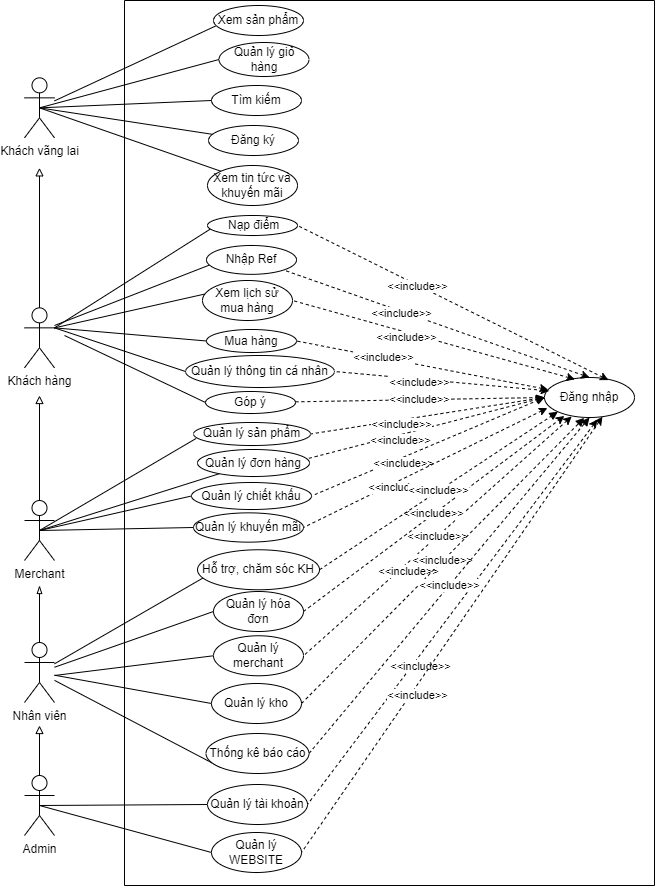
The draw.io diagram UC_TongQuat-Page-1.drawio.png in leanhtuan9497/DoAnTotNghiep, before a commit. Source tidied: cells renumbered, new cells last; positions are measured from the earlier drawing's top-left corner, leaving out a move shared by most shapes.
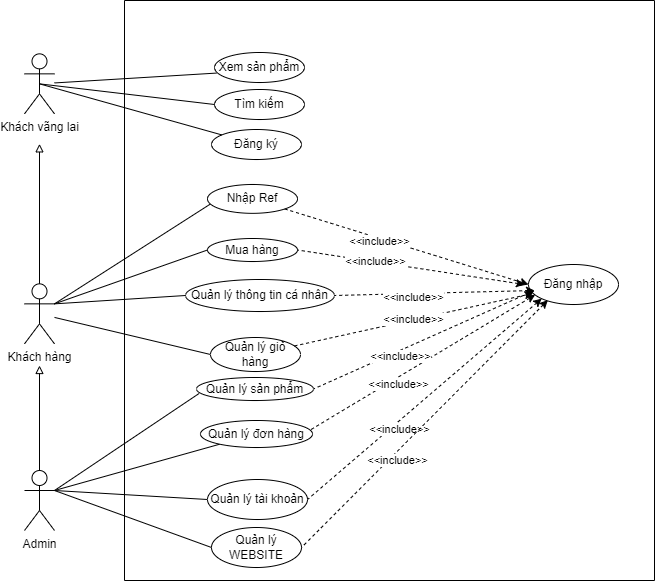
Above is the later version.

The edit, as a diff of the source:
```diff
@@ -4,41 +4,28 @@
     <mxCell id="1" parent="0" />
-    <mxCell id="2" style="rounded=0;jettySize=auto;html=1;exitX=0.5;exitY=0.5;exitDx=0;exitDy=0;exitPerimeter=0;entryX=0;entryY=0;entryDx=0;entryDy=0;startArrow=none;startFill=0;endArrow=none;endFill=0;" parent="1" edge="1" source="3" target="40">
-      <mxGeometry relative="1" as="geometry" />
-    </mxCell>
     <mxCell id="3" value="Khách vãng lai" style="shape=umlActor;verticalLabelPosition=bottom;verticalAlign=top;html=1;outlineConnect=0;" parent="1" vertex="1">
-      <mxGeometry y="77.3" width="30" height="60" as="geometry" />
+      <mxGeometry y="358.4" width="30" height="60" as="geometry" />
     </mxCell>
-    <mxCell id="4" style="rounded=0;jettySize=auto;html=1;entryX=0;entryY=0.5;entryDx=0;entryDy=0;endArrow=none;endFill=0;" parent="1" edge="1" target="78">
-      <mxGeometry relative="1" as="geometry">
-        <mxPoint x="40" y="335" as="sourcePoint" />
-      </mxGeometry>
-    </mxCell>
+    <mxCell id="86" style="edgeStyle=none;rounded=0;jettySize=auto;html=1;entryX=0;entryY=0.5;entryDx=0;entryDy=0;endArrow=none;endFill=0;" parent="1" edge="1" source="5" target="29">
+      <mxGeometry relative="1" as="geometry" />
+    </mxCell>
     <mxCell id="5" value="Khách hàng" style="shape=umlActor;verticalLabelPosition=bottom;verticalAlign=top;html=1;outlineConnect=0;" parent="1" vertex="1">
-      <mxGeometry y="307.4" width="30" height="60" as="geometry" />
+      <mxGeometry y="588.4" width="30" height="60" as="geometry" />
     </mxCell>
-    <mxCell id="6" style="edgeStyle=none;rounded=0;jettySize=auto;html=1;exitX=0.5;exitY=0;exitDx=0;exitDy=0;exitPerimeter=0;startArrow=none;startFill=0;endArrow=block;endFill=0;" parent="1" edge="1" source="9">
+    <mxCell id="6" style="edgeStyle=none;rounded=0;orthogonalLoop=1;jettySize=auto;html=1;exitX=0.5;exitY=0;exitDx=0;exitDy=0;exitPerimeter=0;startArrow=none;startFill=0;endArrow=block;endFill=0;" parent="1" edge="1">
       <mxGeometry relative="1" as="geometry">
-        <mxPoint x="15" y="395" as="targetPoint" />
+        <mxPoint x="15" y="775" as="sourcePoint" />
+        <mxPoint x="15" y="670" as="targetPoint" />
       </mxGeometry>
     </mxCell>
-    <mxCell id="7" style="edgeStyle=none;rounded=0;jettySize=auto;html=1;exitX=0.5;exitY=0.5;exitDx=0;exitDy=0;exitPerimeter=0;startArrow=none;startFill=0;endArrow=none;endFill=0;" parent="1" edge="1" source="9" target="16">
+    <mxCell id="7" style="edgeStyle=none;rounded=0;jettySize=auto;html=1;exitX=1;exitY=0.3333333333333333;exitDx=0;exitDy=0;exitPerimeter=0;startArrow=none;startFill=0;endArrow=none;endFill=0;" parent="1" edge="1" source="13" target="16">
       <mxGeometry relative="1" as="geometry" />
     </mxCell>
-    <mxCell id="8" style="edgeStyle=none;rounded=0;jettySize=auto;html=1;exitX=0.5;exitY=0.5;exitDx=0;exitDy=0;exitPerimeter=0;entryX=0;entryY=0.5;entryDx=0;entryDy=0;startArrow=none;startFill=0;endArrow=none;endFill=0;" parent="1" edge="1" source="9" target="39">
-      <mxGeometry relative="1" as="geometry" />
-    </mxCell>
-    <mxCell id="9" value="Merchant" style="shape=umlActor;verticalLabelPosition=bottom;verticalAlign=top;html=1;outlineConnect=0;" parent="1" vertex="1">
-      <mxGeometry y="500" width="30" height="60" as="geometry" />
-    </mxCell>
-    <mxCell id="10" style="edgeStyle=none;rounded=0;jettySize=auto;html=1;exitX=0.5;exitY=0.5;exitDx=0;exitDy=0;exitPerimeter=0;entryX=0;entryY=0.5;entryDx=0;entryDy=0;startArrow=none;startFill=0;endArrow=none;endFill=0;" parent="1" edge="1" source="13" target="25">
+    <mxCell id="10" style="edgeStyle=none;rounded=0;jettySize=auto;html=1;exitX=1;exitY=0.3333333333333333;exitDx=0;exitDy=0;exitPerimeter=0;entryX=0;entryY=0.5;entryDx=0;entryDy=0;startArrow=none;startFill=0;endArrow=none;endFill=0;" parent="1" edge="1" source="13" target="25">
       <mxGeometry relative="1" as="geometry" />
     </mxCell>
-    <mxCell id="11" style="edgeStyle=none;rounded=0;jettySize=auto;html=1;exitX=0.5;exitY=0.5;exitDx=0;exitDy=0;exitPerimeter=0;entryX=0;entryY=0.5;entryDx=0;entryDy=0;startArrow=none;startFill=0;endArrow=none;endFill=0;" parent="1" edge="1" source="13" target="22">
-      <mxGeometry relative="1" as="geometry" />
+    <mxCell id="11" style="edgeStyle=none;rounded=0;jettySize=auto;html=1;entryX=0;entryY=0.5;entryDx=0;entryDy=0;startArrow=none;startFill=0;endArrow=none;endFill=0;" parent="1" edge="1" target="22">
+      <mxGeometry relative="1" as="geometry">
+        <mxPoint x="30" y="795" as="sourcePoint" />
+      </mxGeometry>
     </mxCell>
-    <mxCell id="12" style="edgeStyle=none;rounded=0;jettySize=auto;html=1;exitX=0.5;exitY=0;exitDx=0;exitDy=0;exitPerimeter=0;startArrow=none;startFill=0;endArrow=block;endFill=0;" parent="1" edge="1" source="13">
-      <mxGeometry relative="1" as="geometry">
-        <mxPoint x="15" y="725" as="targetPoint" />
-      </mxGeometry>
-    </mxCell>
     <mxCell id="13" value="Admin" style="shape=umlActor;verticalLabelPosition=bottom;verticalAlign=top;html=1;outlineConnect=0;" parent="1" vertex="1">
@@ -47,12 +34,12 @@
     <mxCell id="14" value="Đăng nhập" style="ellipse;whiteSpace=wrap;html=1;" parent="1" vertex="1">
-      <mxGeometry x="520" y="377" width="90" height="40" as="geometry" />
+      <mxGeometry x="504" y="569" width="90" height="40" as="geometry" />
     </mxCell>
     <mxCell id="15" value="Tìm kiếm" style="ellipse;whiteSpace=wrap;html=1;" parent="1" vertex="1">
-      <mxGeometry x="187" y="85" width="90" height="30" as="geometry" />
+      <mxGeometry x="190" y="394" width="90" height="30" as="geometry" />
     </mxCell>
     <mxCell id="16" value="Quản lý đơn hàng" style="ellipse;whiteSpace=wrap;html=1;" parent="1" vertex="1">
-      <mxGeometry x="173" y="449" width="112" height="27" as="geometry" />
+      <mxGeometry x="176" y="725" width="112" height="27" as="geometry" />
     </mxCell>
     <mxCell id="17" value="Đăng ký" style="ellipse;whiteSpace=wrap;html=1;" parent="1" vertex="1">
-      <mxGeometry x="184" y="125" width="90" height="30" as="geometry" />
+      <mxGeometry x="187" y="434" width="90" height="30" as="geometry" />
     </mxCell>
@@ -64,8 +51,2 @@
     </mxCell>
-    <mxCell id="20" value="&amp;nbsp;Nạp điểm" style="ellipse;whiteSpace=wrap;html=1;" parent="1" vertex="1">
-      <mxGeometry x="183" y="215" width="90" height="20" as="geometry" />
-    </mxCell>
-    <mxCell id="21" style="endArrow=none;html=1;entryX=0.031;entryY=0.68;entryDx=0;entryDy=0;entryPerimeter=0;exitX=1;exitY=0.3333333333333333;exitDx=0;exitDy=0;exitPerimeter=0;" parent="1" edge="1" source="5" target="20">
-      <mxGeometry relative="1" as="geometry" />
-    </mxCell>
     <mxCell id="22" value="Quản lý WEBSITE" style="ellipse;whiteSpace=wrap;html=1;" parent="1" vertex="1">
@@ -74,3 +55,3 @@
     <mxCell id="23" value="Quản lý thông tin cá nhân" style="ellipse;whiteSpace=wrap;html=1;" parent="1" vertex="1">
-      <mxGeometry x="161" y="355" width="149" height="32" as="geometry" />
+      <mxGeometry x="161" y="584" width="149" height="32" as="geometry" />
     </mxCell>
@@ -82,19 +63,5 @@
     </mxCell>
-    <mxCell id="26" style="endArrow=none;dashed=1;html=1;startArrow=classic;startFill=1;entryX=1;entryY=0.5;entryDx=0;entryDy=0;exitX=0.711;exitY=0.065;exitDx=0;exitDy=0;exitPerimeter=0;" parent="1" edge="1" source="14" target="20">
-      <mxGeometry relative="1" as="geometry" />
-    </mxCell>
-    <mxCell id="27" value="&amp;lt;&amp;lt;include&amp;gt;&amp;gt;" style="edgeLabel;html=1;align=center;verticalAlign=middle;" parent="26" vertex="1">
-      <mxGeometry x="0.26" relative="1" as="geometry">
-        <mxPoint x="4.7" y="3.7" as="offset" />
-      </mxGeometry>
-    </mxCell>
     <mxCell id="28" value="Xem sản phẩm" style="ellipse;whiteSpace=wrap;html=1;" parent="1" vertex="1">
-      <mxGeometry x="189" y="5" width="90" height="30" as="geometry" />
+      <mxGeometry x="190" y="357" width="90" height="30" as="geometry" />
     </mxCell>
-    <mxCell id="29" value="Quản lý giỏ hàng" style="ellipse;whiteSpace=wrap;html=1;" parent="1" vertex="1">
-      <mxGeometry x="194.5" y="42" width="90" height="34" as="geometry" />
-    </mxCell>
-    <mxCell id="30" style="endArrow=none;html=1;entryX=0.5;entryY=0.5;entryDx=0;entryDy=0;exitX=0;exitY=0.5;exitDx=0;exitDy=0;entryPerimeter=0;" parent="1" edge="1" source="29" target="3">
-      <mxGeometry relative="1" as="geometry" />
-    </mxCell>
     <mxCell id="31" style="endArrow=none;html=1;exitX=0.022;exitY=0.686;exitDx=0;exitDy=0;exitPerimeter=0;" parent="1" edge="1" source="28" target="3">
@@ -104,21 +71,7 @@
       <mxGeometry relative="1" as="geometry">
-        <mxPoint x="15" y="167.3" as="sourcePoint" />
+        <mxPoint x="15" y="448.4" as="sourcePoint" />
       </mxGeometry>
     </mxCell>
-    <mxCell id="33" value="Xem lịch sử mua hàng" style="ellipse;whiteSpace=wrap;html=1;" parent="1" vertex="1">
-      <mxGeometry x="178" y="280" width="90" height="40" as="geometry" />
-    </mxCell>
-    <mxCell id="34" style="endArrow=none;html=1;exitX=1;exitY=0.3333333333333333;exitDx=0;exitDy=0;exitPerimeter=0;entryX=0.022;entryY=0.34;entryDx=0;entryDy=0;entryPerimeter=0;" parent="1" edge="1" source="5" target="33">
-      <mxGeometry relative="1" as="geometry" />
-    </mxCell>
-    <mxCell id="35" style="endArrow=none;dashed=1;html=1;startArrow=classic;startFill=1;entryX=1;entryY=0.5;entryDx=0;entryDy=0;exitX=0.338;exitY=0.045;exitDx=0;exitDy=0;exitPerimeter=0;" parent="1" edge="1" source="14" target="33">
-      <mxGeometry relative="1" as="geometry" />
-    </mxCell>
-    <mxCell id="36" value="&amp;lt;&amp;lt;include&amp;gt;&amp;gt;" style="edgeLabel;html=1;align=center;verticalAlign=middle;" parent="35" vertex="1">
-      <mxGeometry x="0.26" relative="1" as="geometry">
-        <mxPoint x="8.8" y="7" as="offset" />
-      </mxGeometry>
-    </mxCell>
     <mxCell id="37" value="Mua hàng" style="ellipse;whiteSpace=wrap;html=1;" parent="1" vertex="1">
-      <mxGeometry x="182" y="329" width="90" height="23" as="geometry" />
+      <mxGeometry x="183" y="543" width="90" height="23" as="geometry" />
     </mxCell>
@@ -127,10 +80,6 @@
     </mxCell>
-    <mxCell id="39" value="Quản lý chiết khấu" style="ellipse;whiteSpace=wrap;html=1;" parent="1" vertex="1">
-      <mxGeometry x="167" y="482" width="120" height="27" as="geometry" />
-    </mxCell>
-    <mxCell id="40" value="Xem tin tức và khuyến mãi" style="ellipse;whiteSpace=wrap;html=1;" parent="1" vertex="1">
-      <mxGeometry x="183" y="165" width="90" height="40" as="geometry" />
-    </mxCell>
-    <mxCell id="41" style="endArrow=none;dashed=1;html=1;startArrow=classic;startFill=1;entryX=1;entryY=0.5;entryDx=0;entryDy=0;" parent="1" edge="1" source="14" target="37">
-      <mxGeometry relative="1" as="geometry" />
+    <mxCell id="41" style="endArrow=none;dashed=1;html=1;startArrow=classic;startFill=1;entryX=1;entryY=0.5;entryDx=0;entryDy=0;" parent="1" edge="1" target="37">
+      <mxGeometry relative="1" as="geometry">
+        <mxPoint x="500" y="589" as="sourcePoint" />
+      </mxGeometry>
     </mxCell>
@@ -141,3 +90,3 @@
     </mxCell>
-    <mxCell id="43" style="endArrow=none;dashed=1;html=1;startArrow=classic;startFill=1;entryX=1;entryY=0.5;entryDx=0;entryDy=0;exitX=0.053;exitY=0.335;exitDx=0;exitDy=0;exitPerimeter=0;" parent="1" edge="1" source="14" target="23">
+    <mxCell id="43" style="endArrow=none;dashed=1;html=1;startArrow=classic;startFill=1;entryX=1;entryY=0.5;entryDx=0;entryDy=0;exitX=0.067;exitY=0.65;exitDx=0;exitDy=0;exitPerimeter=0;" parent="1" edge="1" source="14" target="23">
       <mxGeometry relative="1" as="geometry" />
@@ -149,3 +98,3 @@
     </mxCell>
-    <mxCell id="45" style="endArrow=none;dashed=1;html=1;startArrow=classic;startFill=1;entryX=0.987;entryY=0.335;entryDx=0;entryDy=0;exitX=0;exitY=0.5;exitDx=0;exitDy=0;entryPerimeter=0;" parent="1" edge="1" source="14" target="16">
+    <mxCell id="45" style="endArrow=none;dashed=1;html=1;startArrow=classic;startFill=1;entryX=0.987;entryY=0.335;entryDx=0;entryDy=0;exitX=0.074;exitY=0.758;exitDx=0;exitDy=0;entryPerimeter=0;exitPerimeter=0;" parent="1" edge="1" source="14" target="16">
       <mxGeometry relative="1" as="geometry" />
@@ -157,12 +106,6 @@
     </mxCell>
-    <mxCell id="47" style="endArrow=none;dashed=1;html=1;startArrow=classic;startFill=1;entryX=1;entryY=0.5;entryDx=0;entryDy=0;exitX=0;exitY=0.5;exitDx=0;exitDy=0;" parent="1" edge="1" source="14" target="39">
-      <mxGeometry relative="1" as="geometry" />
-    </mxCell>
-    <mxCell id="48" value="&amp;lt;&amp;lt;include&amp;gt;&amp;gt;" style="edgeLabel;html=1;align=center;verticalAlign=middle;" parent="47" vertex="1">
-      <mxGeometry x="0.26" relative="1" as="geometry">
-        <mxPoint x="4.7" y="3.7" as="offset" />
-      </mxGeometry>
-    </mxCell>
-    <mxCell id="49" style="endArrow=none;dashed=1;html=1;startArrow=classic;startFill=1;entryX=1;entryY=0.5;entryDx=0;entryDy=0;exitX=0;exitY=0.5;exitDx=0;exitDy=0;" parent="1" edge="1" source="14" target="66">
-      <mxGeometry relative="1" as="geometry" />
+    <mxCell id="49" style="endArrow=none;dashed=1;html=1;startArrow=classic;startFill=1;entryX=1;entryY=0.5;entryDx=0;entryDy=0;" parent="1" edge="1" target="66">
+      <mxGeometry relative="1" as="geometry">
+        <mxPoint x="510" y="595" as="sourcePoint" />
+      </mxGeometry>
     </mxCell>
@@ -173,11 +116,3 @@
     </mxCell>
-    <mxCell id="51" value="&amp;lt;&amp;lt;include&amp;gt;&amp;gt;" style="endArrow=none;dashed=1;html=1;startArrow=classic;startFill=1;entryX=1;entryY=0.5;entryDx=0;entryDy=0;exitX=0.302;exitY=0.975;exitDx=0;exitDy=0;exitPerimeter=0;" parent="1" edge="1" source="14" target="58">
-      <mxGeometry relative="1" as="geometry" />
-    </mxCell>
-    <mxCell id="52" value="&amp;lt;&amp;lt;include&amp;gt;&amp;gt;" style="edgeLabel;html=1;align=center;verticalAlign=middle;" parent="51" vertex="1">
-      <mxGeometry x="0.26" relative="1" as="geometry">
-        <mxPoint x="4.7" y="3.7" as="offset" />
-      </mxGeometry>
-    </mxCell>
-    <mxCell id="53" style="endArrow=none;dashed=1;html=1;startArrow=classic;startFill=1;entryX=1;entryY=0.5;entryDx=0;entryDy=0;exitX=0.588;exitY=1.052;exitDx=0;exitDy=0;exitPerimeter=0;" parent="1" edge="1" source="14" target="25">
+    <mxCell id="53" style="endArrow=none;dashed=1;html=1;startArrow=classic;startFill=1;entryX=1;entryY=0.5;entryDx=0;entryDy=0;exitX=0;exitY=1;exitDx=0;exitDy=0;" parent="1" edge="1" source="14" target="25">
       <mxGeometry relative="1" as="geometry" />
@@ -189,3 +124,3 @@
     </mxCell>
-    <mxCell id="55" style="endArrow=none;dashed=1;html=1;startArrow=classic;startFill=1;entryX=1;entryY=0.5;entryDx=0;entryDy=0;exitX=0.644;exitY=0.98;exitDx=0;exitDy=0;exitPerimeter=0;" parent="1" edge="1" source="14" target="22">
+    <mxCell id="55" style="endArrow=none;dashed=1;html=1;startArrow=classic;startFill=1;entryX=1;entryY=0.5;entryDx=0;entryDy=0;exitX=0.215;exitY=0.892;exitDx=0;exitDy=0;exitPerimeter=0;" parent="1" edge="1" source="14" target="22">
       <mxGeometry relative="1" as="geometry" />
@@ -197,31 +132,3 @@
     </mxCell>
-    <mxCell id="57" style="edgeStyle=none;rounded=0;jettySize=auto;html=1;startArrow=none;startFill=0;endArrow=none;endFill=0;entryX=0;entryY=0.5;entryDx=0;entryDy=0;" parent="1" edge="1" target="58">
-      <mxGeometry relative="1" as="geometry">
-        <mxPoint x="30" y="675" as="sourcePoint" />
-      </mxGeometry>
-    </mxCell>
-    <mxCell id="58" value="Quản lý merchant" style="ellipse;whiteSpace=wrap;html=1;" parent="1" vertex="1">
-      <mxGeometry x="189" y="635.3" width="90" height="40" as="geometry" />
-    </mxCell>
-    <mxCell id="59" style="edgeStyle=none;rounded=0;jettySize=auto;html=1;entryX=0;entryY=0.5;entryDx=0;entryDy=0;startArrow=none;startFill=0;endArrow=none;endFill=0;exitX=0.5;exitY=0.5;exitDx=0;exitDy=0;exitPerimeter=0;" parent="1" edge="1" source="9" target="60">
-      <mxGeometry relative="1" as="geometry" />
-    </mxCell>
-    <mxCell id="60" value="Quản lý khuyến mãi" style="ellipse;whiteSpace=wrap;html=1;" parent="1" vertex="1">
-      <mxGeometry x="169" y="512.4" width="110" height="29.3" as="geometry" />
-    </mxCell>
-    <mxCell id="61" value="&amp;lt;&amp;lt;include&amp;gt;&amp;gt;" style="rounded=0;jettySize=auto;html=1;entryX=0.221;entryY=0.961;entryDx=0;entryDy=0;entryPerimeter=0;dashed=1;exitX=1;exitY=0.5;exitDx=0;exitDy=0;" parent="1" edge="1" source="62" target="14">
-      <mxGeometry relative="1" as="geometry" />
-    </mxCell>
-    <mxCell id="62" value="Quản lý hóa đơn" style="ellipse;whiteSpace=wrap;html=1;" parent="1" vertex="1">
-      <mxGeometry x="189" y="591" width="90" height="40" as="geometry" />
-    </mxCell>
-    <mxCell id="63" style="endArrow=none;dashed=1;html=1;startArrow=classic;startFill=1;entryX=1;entryY=0.5;entryDx=0;entryDy=0;exitX=0.032;exitY=0.764;exitDx=0;exitDy=0;exitPerimeter=0;" parent="1" edge="1" source="14" target="60">
-      <mxGeometry relative="1" as="geometry" />
-    </mxCell>
-    <mxCell id="64" value="&amp;lt;&amp;lt;include&amp;gt;&amp;gt;" style="edgeLabel;html=1;align=center;verticalAlign=middle;" parent="63" vertex="1">
-      <mxGeometry x="0.26" relative="1" as="geometry">
-        <mxPoint x="4.7" y="3.7" as="offset" />
-      </mxGeometry>
-    </mxCell>
-    <mxCell id="65" style="edgeStyle=none;rounded=0;jettySize=auto;html=1;exitX=0.5;exitY=0.5;exitDx=0;exitDy=0;exitPerimeter=0;entryX=0.022;entryY=0.695;entryDx=0;entryDy=0;entryPerimeter=0;startArrow=none;startFill=0;endArrow=none;endFill=0;" parent="1" edge="1" source="9" target="66">
+    <mxCell id="65" style="edgeStyle=none;rounded=0;jettySize=auto;html=1;exitX=1;exitY=0.3333333333333333;exitDx=0;exitDy=0;exitPerimeter=0;entryX=0.022;entryY=0.695;entryDx=0;entryDy=0;entryPerimeter=0;startArrow=none;startFill=0;endArrow=none;endFill=0;" parent="1" edge="1" source="13" target="66">
       <mxGeometry relative="1" as="geometry" />
@@ -229,13 +136,11 @@
     <mxCell id="66" value="Quản lý sản phẩm" style="ellipse;whiteSpace=wrap;html=1;" parent="1" vertex="1">
-      <mxGeometry x="169" y="422" width="117" height="23" as="geometry" />
+      <mxGeometry x="172" y="682" width="117" height="23" as="geometry" />
     </mxCell>
     <mxCell id="67" value="Nhập Ref" style="ellipse;whiteSpace=wrap;html=1;" parent="1" vertex="1">
-      <mxGeometry x="182" y="245" width="90" height="28.8" as="geometry" />
+      <mxGeometry x="183" y="489" width="90" height="28.8" as="geometry" />
     </mxCell>
-    <mxCell id="68" style="endArrow=none;html=1;entryX=0.031;entryY=0.68;entryDx=0;entryDy=0;entryPerimeter=0;" parent="1" edge="1" target="67">
-      <mxGeometry relative="1" as="geometry">
-        <mxPoint x="30" y="325" as="sourcePoint" />
-      </mxGeometry>
+    <mxCell id="68" style="endArrow=none;html=1;entryX=0.031;entryY=0.68;entryDx=0;entryDy=0;entryPerimeter=0;exitX=1;exitY=0.3333333333333333;exitDx=0;exitDy=0;exitPerimeter=0;" parent="1" edge="1" source="5" target="67">
+      <mxGeometry relative="1" as="geometry" />
     </mxCell>
-    <mxCell id="69" style="endArrow=none;dashed=1;html=1;startArrow=classic;startFill=1;entryX=1;entryY=1;entryDx=0;entryDy=0;exitX=0.5;exitY=0;exitDx=0;exitDy=0;" parent="1" edge="1" source="14" target="67">
+    <mxCell id="69" style="endArrow=none;dashed=1;html=1;startArrow=classic;startFill=1;entryX=1;entryY=1;entryDx=0;entryDy=0;exitX=0;exitY=0.5;exitDx=0;exitDy=0;" parent="1" edge="1" source="14" target="67">
       <mxGeometry relative="1" as="geometry" />
@@ -247,49 +152,11 @@
     </mxCell>
-    <mxCell id="71" style="edgeStyle=orthogonalEdgeStyle;rounded=0;jettySize=auto;html=1;endArrow=blockThin;endFill=0;" parent="1" edge="1" source="76">
-      <mxGeometry relative="1" as="geometry">
-        <mxPoint x="15" y="585" as="targetPoint" />
-      </mxGeometry>
-    </mxCell>
-    <mxCell id="72" style="edgeStyle=none;rounded=0;jettySize=auto;html=1;entryX=0.051;entryY=0.695;entryDx=0;entryDy=0;entryPerimeter=0;endArrow=none;endFill=0;" parent="1" edge="1" source="76" target="80">
-      <mxGeometry relative="1" as="geometry" />
-    </mxCell>
-    <mxCell id="73" style="edgeStyle=none;rounded=0;jettySize=auto;html=1;entryX=0;entryY=0.5;entryDx=0;entryDy=0;endArrow=none;endFill=0;" parent="1" edge="1" source="76" target="82">
-      <mxGeometry relative="1" as="geometry" />
-    </mxCell>
-    <mxCell id="74" style="edgeStyle=none;rounded=0;jettySize=auto;html=1;entryX=0;entryY=1;entryDx=0;entryDy=0;endArrow=none;endFill=0;" parent="1" edge="1" source="76" target="84">
-      <mxGeometry relative="1" as="geometry" />
-    </mxCell>
-    <mxCell id="75" style="edgeStyle=none;rounded=0;jettySize=auto;html=1;entryX=0;entryY=0.5;entryDx=0;entryDy=0;endArrow=none;endFill=0;" parent="1" edge="1" source="76" target="62">
-      <mxGeometry relative="1" as="geometry" />
-    </mxCell>
-    <mxCell id="76" value="Nhân viên" style="shape=umlActor;verticalLabelPosition=bottom;verticalAlign=top;html=1;outlineConnect=0;" parent="1" vertex="1">
-      <mxGeometry y="642" width="30" height="60" as="geometry" />
-    </mxCell>
-    <mxCell id="77" value="&amp;lt;&amp;lt;include&amp;gt;&amp;gt;" style="edgeStyle=none;rounded=0;jettySize=auto;html=1;entryX=0;entryY=0.5;entryDx=0;entryDy=0;endArrow=blockThin;endFill=0;dashed=1;" parent="1" edge="1" source="78" target="14">
-      <mxGeometry relative="1" as="geometry" />
-    </mxCell>
-    <mxCell id="78" value="Góp ý" style="ellipse;whiteSpace=wrap;html=1;" parent="1" vertex="1">
-      <mxGeometry x="181" y="391" width="90" height="22" as="geometry" />
-    </mxCell>
-    <mxCell id="79" value="&amp;lt;&amp;lt;include&amp;gt;&amp;gt;" style="edgeStyle=none;rounded=0;jettySize=auto;html=1;entryX=0;entryY=1;entryDx=0;entryDy=0;endArrow=block;endFill=1;dashed=1;exitX=1;exitY=0.5;exitDx=0;exitDy=0;" parent="1" edge="1" source="80" target="14">
-      <mxGeometry relative="1" as="geometry" />
-    </mxCell>
-    <mxCell id="80" value="Hỗ trợ, chăm sóc KH" style="ellipse;whiteSpace=wrap;html=1;" parent="1" vertex="1">
-      <mxGeometry x="173" y="549.3" width="122" height="40" as="geometry" />
-    </mxCell>
-    <mxCell id="81" value="&amp;lt;&amp;lt;include&amp;gt;&amp;gt;" style="edgeStyle=none;rounded=0;jettySize=auto;html=1;entryX=0.441;entryY=1.01;entryDx=0;entryDy=0;dashed=1;endArrow=block;endFill=1;exitX=1;exitY=0.5;exitDx=0;exitDy=0;entryPerimeter=0;" parent="1" edge="1" source="82" target="14">
-      <mxGeometry relative="1" as="geometry" />
-    </mxCell>
-    <mxCell id="82" value="Quản lý kho" style="ellipse;whiteSpace=wrap;html=1;" parent="1" vertex="1">
-      <mxGeometry x="187" y="683" width="90" height="40" as="geometry" />
-    </mxCell>
-    <mxCell id="83" value="&amp;lt;&amp;lt;include&amp;gt;&amp;gt;" style="edgeStyle=none;rounded=0;jettySize=auto;html=1;entryX=0.5;entryY=1;entryDx=0;entryDy=0;dashed=1;endArrow=block;endFill=1;exitX=1;exitY=0.5;exitDx=0;exitDy=0;" parent="1" edge="1" source="84" target="14">
-      <mxGeometry relative="1" as="geometry" />
-    </mxCell>
-    <mxCell id="84" value="Thống kê báo cáo" style="ellipse;whiteSpace=wrap;html=1;" parent="1" vertex="1">
-      <mxGeometry x="181.5" y="733" width="103" height="40" as="geometry" />
-    </mxCell>
     <mxCell id="85" style="swimlane;startSize=0;" parent="1" vertex="1">
-      <mxGeometry x="100" width="530" height="885" as="geometry" />
+      <mxGeometry x="100" y="305" width="530" height="580" as="geometry" />
     </mxCell>
+    <mxCell id="29" value="Quản lý giỏ hàng" style="ellipse;whiteSpace=wrap;html=1;" parent="85" vertex="1">
+      <mxGeometry x="86" y="337" width="90" height="34" as="geometry" />
+    </mxCell>
+    <mxCell id="87" value="&amp;lt;&amp;lt;include&amp;gt;&amp;gt;" style="rounded=0;jettySize=auto;html=1;dashed=1;" parent="1" edge="1" source="29" target="14">
+      <mxGeometry relative="1" as="geometry" />
+    </mxCell>
   </root>
```
